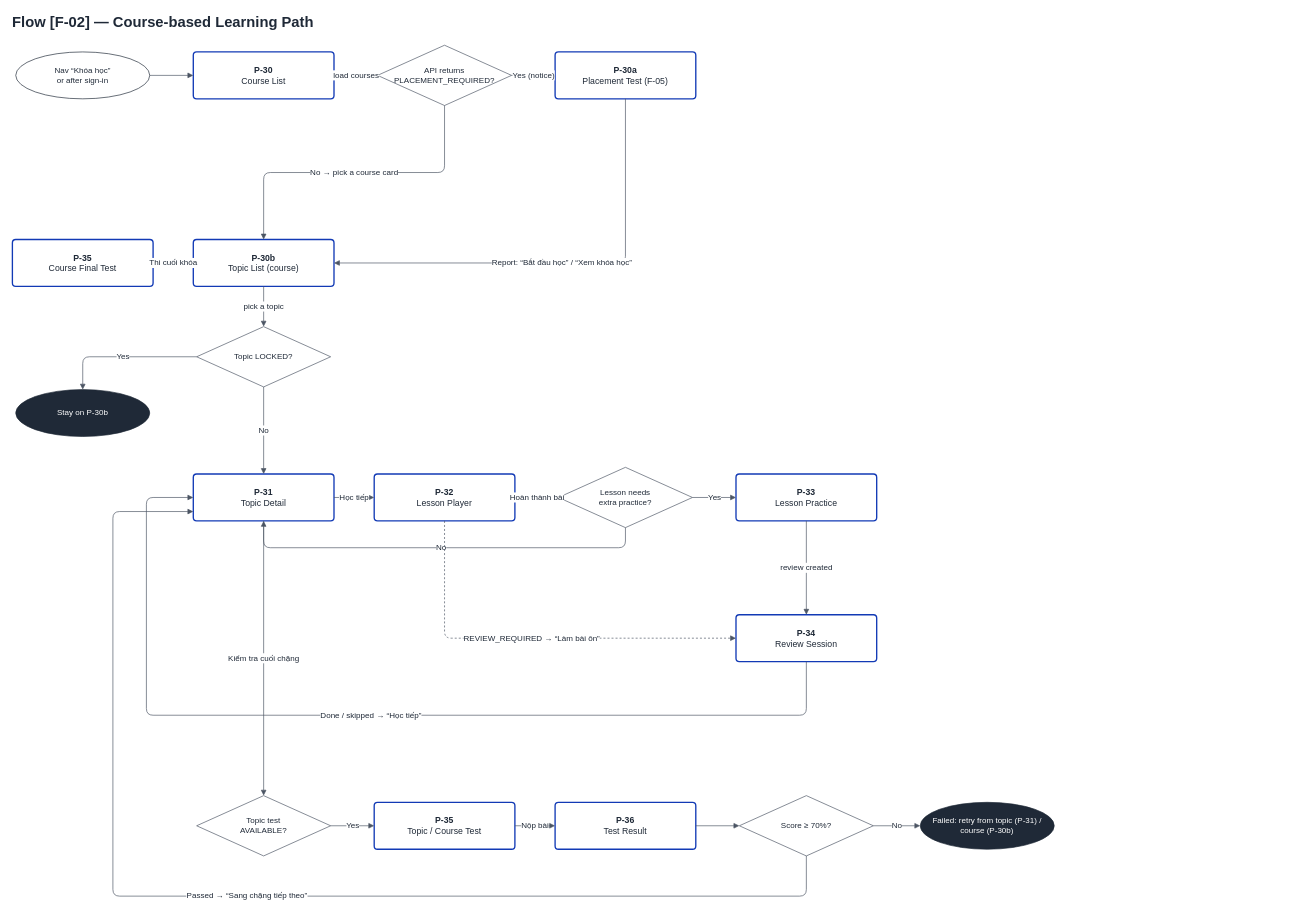
Above: page "F-02 / Course-based Learning Path" (2 of 5) of capstone-docs/rp_3.2_screen_design_spec/diagrams/flows/IELTSSpace_SDS_Flows.drawio in IeltsPath-Platform/backend (draw.io), before the change. Source tidied: cells renumbered, new cells numbered last; positions are measured from the earlier drawing's top-left corner, leaving out a move shared by most shapes. Both pictures are drawn from the tidied source at 67%, with x=0, y=0 at pixel (12, 11).
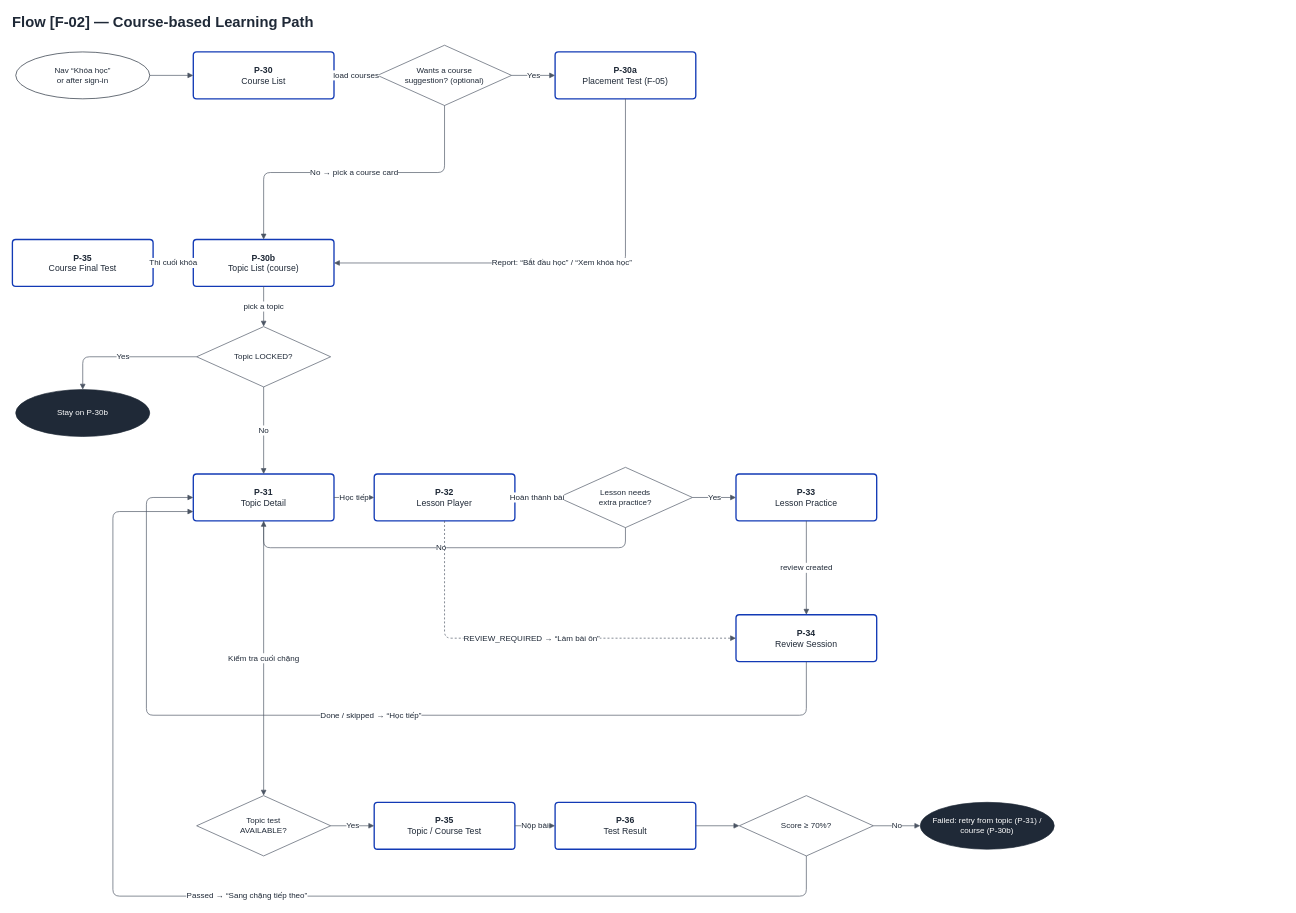
After the change.

The change refers to these unchanged cells:
```xml
<mxCell id="6" value="&lt;b&gt;P-30a&lt;/b&gt;&lt;br&gt;Placement Test (F-05)" style="rounded=1;arcSize=10;absoluteArcSize=1;whiteSpace=wrap;html=1;fillColor=#FFFFFF;strokeColor=#123AB5;strokeWidth=2;fontFamily=Arial;fontSize=13;fontColor=#1F2937;align=center;verticalAlign=middle;spacingLeft=8;spacingRight=8;" parent="1" vertex="1">
  <mxGeometry x="810" y="60" width="210" height="70" as="geometry" />
</mxCell>
```

Diff of the diagram source:
```diff
@@
-    <mxCell id="5" value="API returns&lt;br&gt;PLACEMENT_REQUIRED?" style="rhombus;whiteSpace=wrap;html=1;fillColor=#FFFFFF;strokeColor=#4B5563;fontFamily=Arial;fontSize=12;fontColor=#1F2937;" parent="1" vertex="1">
+    <mxCell id="5" value="Wants a course&lt;br&gt;suggestion? (optional)" style="rhombus;whiteSpace=wrap;html=1;fillColor=#FFFFFF;strokeColor=#4B5563;fontFamily=Arial;fontSize=12;fontColor=#1F2937;" parent="1" vertex="1">
       <mxGeometry x="545" y="50" width="200" height="90" as="geometry" />
     </mxCell>
@@
-    <mxCell id="23" value="Yes (notice)" style="edgeStyle=orthogonalEdgeStyle;rounded=1;html=1;endArrow=block;endFill=1;strokeColor=#4B5563;fontSize=12;fontFamily=Arial;fontColor=#1F2937;labelBackgroundColor=#FFFFFF;" parent="1" edge="1" source="5" target="6">
+    <mxCell id="23" value="Yes" style="edgeStyle=orthogonalEdgeStyle;rounded=1;html=1;endArrow=block;endFill=1;strokeColor=#4B5563;fontSize=12;fontFamily=Arial;fontColor=#1F2937;labelBackgroundColor=#FFFFFF;" parent="1" edge="1" source="5" target="6">
       <mxGeometry relative="1" as="geometry" />
     </mxCell>
```
